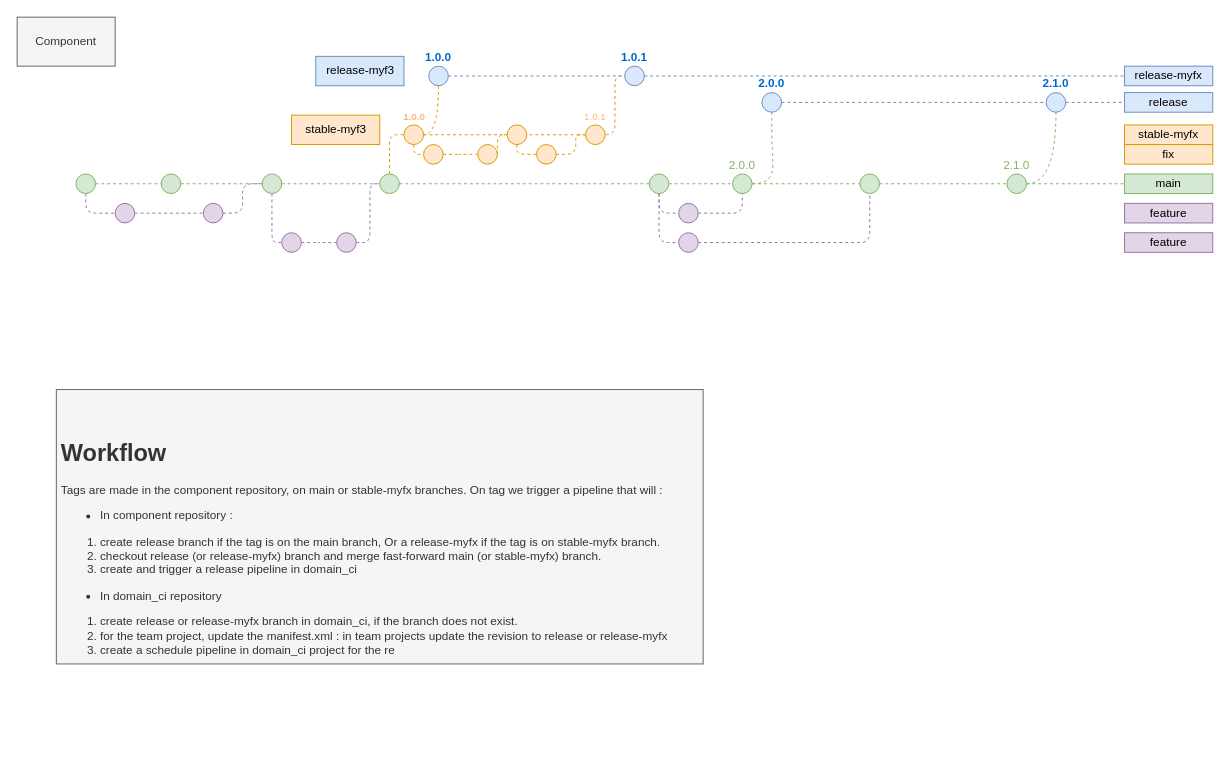
The draw.io diagram Untitled Diagram.drawio in salmen/renault, before the edit. Source tidied: cells renumbered, new cells numbered last; positions are measured from the earlier drawing's top-left corner, leaving out a move shared by most shapes. Both pictures are drawn from the tidied source at 98%, with x=0, y=0 at pixel (17, 17).
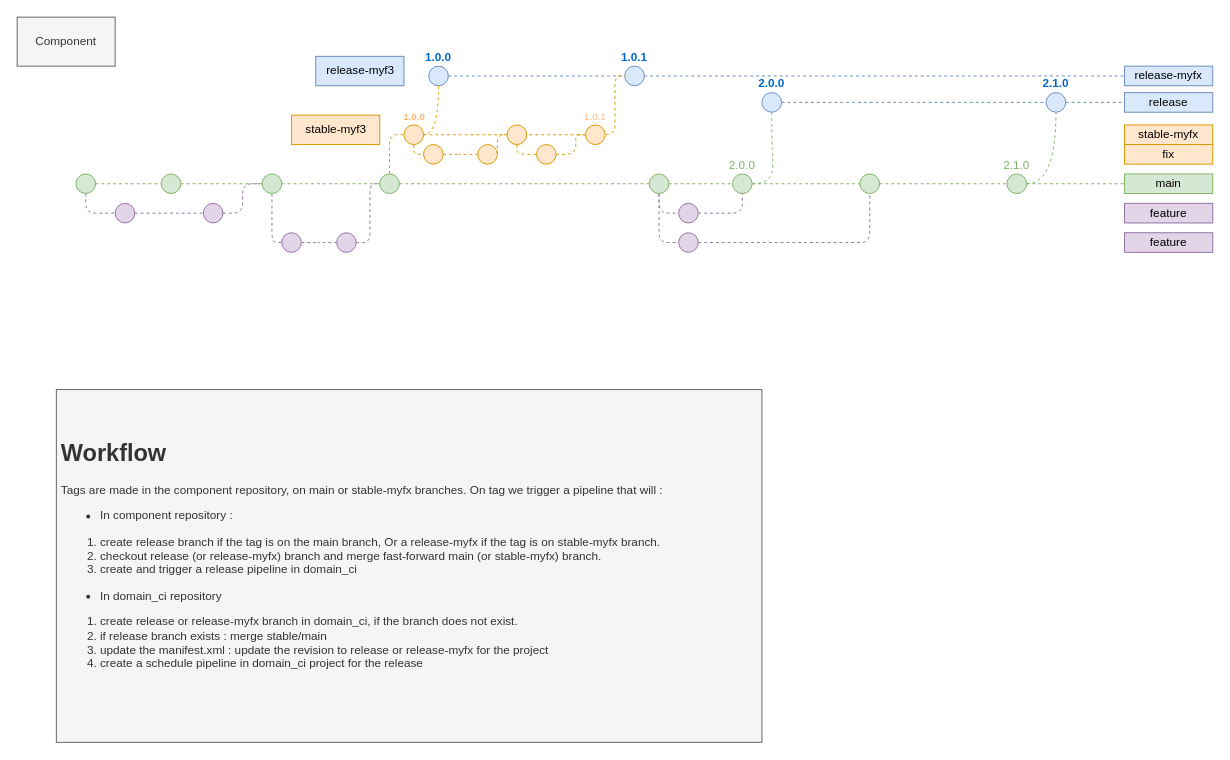
The same page after the edit.

The edit, as a diff of the source:
```diff
@@
-    <mxCell id="66" value="&lt;h1 style=&quot;border-color: var(--border-color);&quot;&gt;&lt;br&gt;&lt;/h1&gt;&lt;h1&gt;Workflow&lt;/h1&gt;&lt;p&gt;Tags are made in the component repository, on main or stable-myfx branches. On tag we trigger a pipeline that will :&amp;nbsp;&lt;/p&gt;&lt;p&gt;&lt;/p&gt;&lt;ul&gt;&lt;li&gt;In component repository :&lt;/li&gt;&lt;/ul&gt;&lt;p&gt;&lt;/p&gt;&lt;p&gt;&lt;/p&gt;&lt;ol&gt;&lt;li&gt;create release branch if the tag is on the main branch, Or a release-myfx if the tag is on stable-myfx branch.&lt;/li&gt;&lt;li&gt;checkout release (or release-myfx) branch and merge fast-forward main (or stable-myfx) branch.&lt;/li&gt;&lt;li&gt;create and trigger a release pipeline in domain_ci&lt;/li&gt;&lt;/ol&gt;&lt;ul&gt;&lt;li&gt;In domain_ci repository&lt;/li&gt;&lt;/ul&gt;&lt;ol&gt;&lt;li&gt;create release or release-myfx branch in domain_ci, if the branch does not exist.&lt;/li&gt;&lt;li&gt;for the team project, update the manifest.xml : in team projects update the revision to release or release-myfx&amp;nbsp;&lt;/li&gt;&lt;li&gt;create a schedule pipeline in domain_ci project for the re&lt;/li&gt;&lt;/ol&gt;&lt;p&gt;&lt;/p&gt;" style="text;html=1;strokeColor=#666666;fillColor=#f5f5f5;spacing=5;spacingTop=-20;whiteSpace=wrap;overflow=hidden;rounded=0;fontSize=12;fontFamily=Helvetica;fontColor=#333333;" parent="1" vertex="1">
-      <mxGeometry x="40" y="380" width="660" height="280" as="geometry" />
+    <mxCell id="66" value="&lt;h1 style=&quot;border-color: var(--border-color);&quot;&gt;&lt;br&gt;&lt;/h1&gt;&lt;h1&gt;Workflow&lt;/h1&gt;&lt;p&gt;Tags are made in the component repository, on main or stable-myfx branches. On tag we trigger a pipeline that will :&amp;nbsp;&lt;/p&gt;&lt;p&gt;&lt;/p&gt;&lt;ul&gt;&lt;li&gt;In component repository :&lt;/li&gt;&lt;/ul&gt;&lt;p&gt;&lt;/p&gt;&lt;p&gt;&lt;/p&gt;&lt;ol&gt;&lt;li&gt;create release branch if the tag is on the main branch, Or a release-myfx if the tag is on stable-myfx branch.&lt;/li&gt;&lt;li&gt;checkout release (or release-myfx) branch and merge fast-forward main (or stable-myfx) branch.&lt;/li&gt;&lt;li&gt;create and trigger a release pipeline in domain_ci&lt;/li&gt;&lt;/ol&gt;&lt;ul&gt;&lt;li&gt;In domain_ci repository&lt;/li&gt;&lt;/ul&gt;&lt;ol&gt;&lt;li&gt;create release or release-myfx branch in domain_ci, if the branch does not exist.&lt;/li&gt;&lt;li&gt;if release branch exists : merge stable/main&amp;nbsp;&lt;/li&gt;&lt;li&gt;update the manifest.xml : update the revision to release or release-myfx for the project&lt;/li&gt;&lt;li&gt;create a schedule pipeline in domain_ci project for the release&lt;/li&gt;&lt;/ol&gt;&lt;p&gt;&lt;/p&gt;" style="text;html=1;strokeColor=#666666;fillColor=#f5f5f5;spacing=5;spacingTop=-20;whiteSpace=wrap;overflow=hidden;rounded=0;fontSize=12;fontFamily=Helvetica;fontColor=#333333;" parent="1" vertex="1">
+      <mxGeometry x="40" y="380" width="720" height="360" as="geometry" />
     </mxCell>
```
